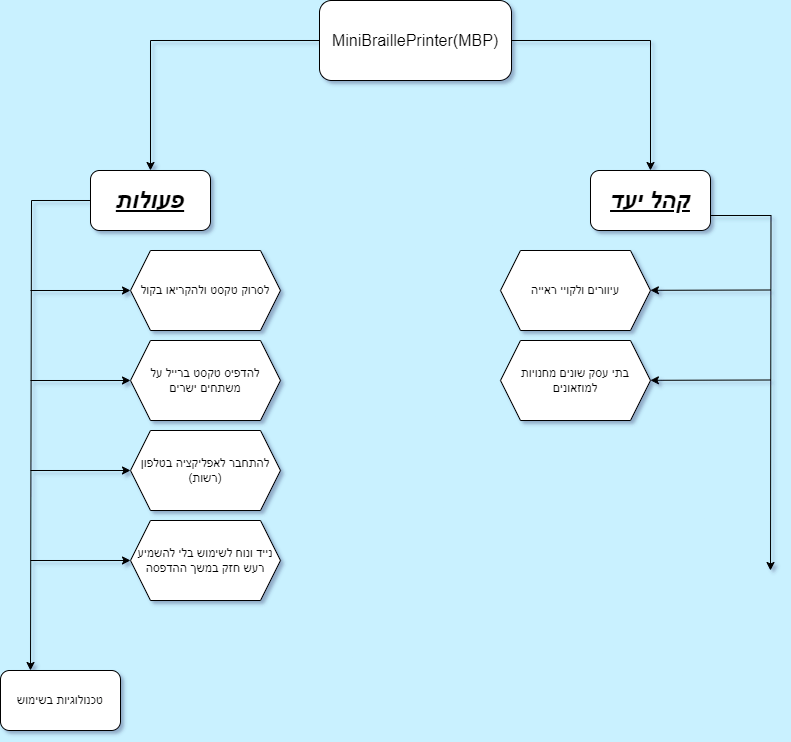
This is flowchart1.drawio.png from itay830/MABAT-Flowchart, a draw.io export, as it was before one commit. Source tidied: cells renumbered, new cells last; positions are measured from the earlier drawing's top-left corner, leaving out a move shared by most shapes.
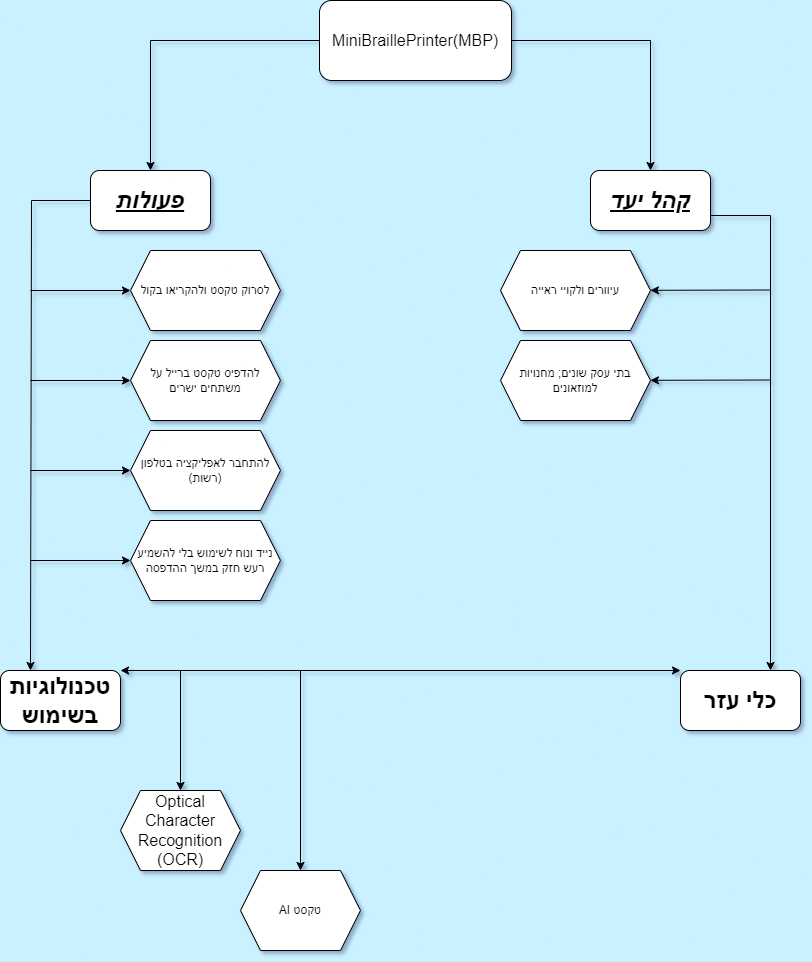
After the change.

Diff of the diagram source:
```diff
@@ -5,8 +5,13 @@
     <mxCell id="2" style="edgeStyle=orthogonalEdgeStyle;rounded=0;jettySize=auto;html=1;exitX=1;exitY=0.5;exitDx=0;exitDy=0;" parent="1" edge="1" source="4" target="8">
       <mxGeometry relative="1" as="geometry" />
     </mxCell>
-    <mxCell id="3" style="edgeStyle=orthogonalEdgeStyle;rounded=0;jettySize=auto;html=1;" parent="1" edge="1" source="4" target="6">
-      <mxGeometry relative="1" as="geometry" />
+    <mxCell id="3" style="edgeStyle=orthogonalEdgeStyle;rounded=0;jettySize=auto;html=1;" parent="1" edge="1" source="4">
+      <mxGeometry relative="1" as="geometry">
+        <mxPoint x="150" y="170" as="targetPoint" />
+        <Array as="points">
+          <mxPoint x="150" y="40" />
+        </Array>
+      </mxGeometry>
     </mxCell>
     <mxCell id="4" value="&lt;p dir=&quot;RTL&quot; class=&quot;MsoNormal&quot;&gt;&lt;span style=&quot;font-size:12.0pt;font-family:&lt;br/&gt;&amp;quot;David&amp;quot;,sans-serif&quot; dir=&quot;LTR&quot;&gt;MiniBraillePrinter(MBP)&lt;/span&gt;&lt;/p&gt;" style="rounded=1;whiteSpace=wrap;html=1;" parent="1" vertex="1">
       <mxGeometry x="319" width="192" height="80" as="geometry" />
@@ -21,10 +26,8 @@
     <mxCell id="6" value="&lt;h1&gt;&lt;i&gt;&lt;u&gt;פעולות&lt;/u&gt;&lt;/i&gt;&lt;/h1&gt;" style="rounded=1;whiteSpace=wrap;html=1;" parent="1" vertex="1">
       <mxGeometry x="90" y="170" width="120" height="60" as="geometry" />
     </mxCell>
-    <mxCell id="7" style="edgeStyle=orthogonalEdgeStyle;rounded=0;jettySize=auto;html=1;exitX=1;exitY=0.75;exitDx=0;exitDy=0;" parent="1" edge="1" source="8">
-      <mxGeometry relative="1" as="geometry">
-        <mxPoint x="770" y="570" as="targetPoint" />
-      </mxGeometry>
+    <mxCell id="7" style="edgeStyle=orthogonalEdgeStyle;rounded=0;jettySize=auto;html=1;exitX=1;exitY=0.75;exitDx=0;exitDy=0;entryX=0.75;entryY=0;entryDx=0;entryDy=0;" parent="1" edge="1" source="8" target="22">
+      <mxGeometry relative="1" as="geometry" />
     </mxCell>
     <mxCell id="8" value="&lt;h1&gt;&lt;i&gt;&lt;u&gt;קהל יעד&lt;/u&gt;&lt;/i&gt;&lt;/h1&gt;" style="rounded=1;whiteSpace=wrap;html=1;" parent="1" vertex="1">
       <mxGeometry x="590" y="170" width="120" height="60" as="geometry" />
@@ -61,7 +64,7 @@
     <mxCell id="16" value="נייד ונוח לשימוש בלי להשמיע רעש חזק במשך ההדפסה" style="shape=hexagon;perimeter=hexagonPerimeter2;whiteSpace=wrap;html=1;fixedSize=1;" parent="1" vertex="1">
       <mxGeometry x="130" y="520" width="150" height="80" as="geometry" />
     </mxCell>
-    <mxCell id="17" value="טכנולוגיות בשימוש" style="rounded=1;whiteSpace=wrap;html=1;" parent="1" vertex="1">
+    <mxCell id="17" value="&lt;h1&gt;טכנולוגיות בשימוש&lt;/h1&gt;" style="rounded=1;whiteSpace=wrap;html=1;" parent="1" vertex="1">
       <mxGeometry y="670" width="120" height="60" as="geometry" />
     </mxCell>
     <mxCell id="18" style="endArrow=classic;html=1;rounded=0;" parent="1" edge="1" target="19">
@@ -77,8 +80,30 @@
         <mxPoint x="770" y="379.5" as="sourcePoint" />
       </mxGeometry>
     </mxCell>
-    <mxCell id="21" value="בתי עסק שונים מחנויות למוזאונים" style="shape=hexagon;perimeter=hexagonPerimeter2;whiteSpace=wrap;html=1;fixedSize=1;" parent="1" vertex="1">
+    <mxCell id="21" value="בתי עסק שונים; מחנויות למוזאונים" style="shape=hexagon;perimeter=hexagonPerimeter2;whiteSpace=wrap;html=1;fixedSize=1;" parent="1" vertex="1">
       <mxGeometry x="500" y="340" width="150" height="80" as="geometry" />
     </mxCell>
+    <mxCell id="22" value="&lt;h1&gt;כלי עזר&lt;/h1&gt;" style="rounded=1;whiteSpace=wrap;html=1;" parent="1" vertex="1">
+      <mxGeometry x="680" y="670" width="120" height="60" as="geometry" />
+    </mxCell>
+    <mxCell id="23" style="endArrow=classic;startArrow=classic;html=1;rounded=0;exitX=1;exitY=0;exitDx=0;exitDy=0;entryX=0;entryY=0;entryDx=0;entryDy=0;" parent="1" edge="1" source="17" target="22">
+      <mxGeometry relative="1" as="geometry" />
+    </mxCell>
+    <mxCell id="24" style="endArrow=classic;html=1;rounded=0;" parent="1" edge="1" target="25">
+      <mxGeometry relative="1" as="geometry">
+        <mxPoint x="180" y="670" as="sourcePoint" />
+      </mxGeometry>
+    </mxCell>
+    <mxCell id="25" value="&lt;p dir=&quot;RTL&quot; class=&quot;MsoNormal&quot;&gt;&lt;span style=&quot;font-size:12.0pt;font-family:&lt;br/&gt;&amp;quot;David&amp;quot;,sans-serif&quot; dir=&quot;LTR&quot;&gt;Optical Character Recognition (OCR)&lt;/span&gt;&lt;/p&gt;" style="shape=hexagon;perimeter=hexagonPerimeter2;whiteSpace=wrap;html=1;fixedSize=1;" parent="1" vertex="1">
+      <mxGeometry x="120" y="790" width="120" height="80" as="geometry" />
+    </mxCell>
+    <mxCell id="26" style="endArrow=classic;html=1;rounded=0;" parent="1" edge="1" target="27">
+      <mxGeometry relative="1" as="geometry">
+        <mxPoint x="300" y="670" as="sourcePoint" />
+      </mxGeometry>
+    </mxCell>
+    <mxCell id="27" value="AI טקסט" style="shape=hexagon;perimeter=hexagonPerimeter2;whiteSpace=wrap;html=1;fixedSize=1;" parent="1" vertex="1">
+      <mxGeometry x="240" y="870" width="120" height="80" as="geometry" />
+    </mxCell>
   </root>
 </mxGraphModel>
```
